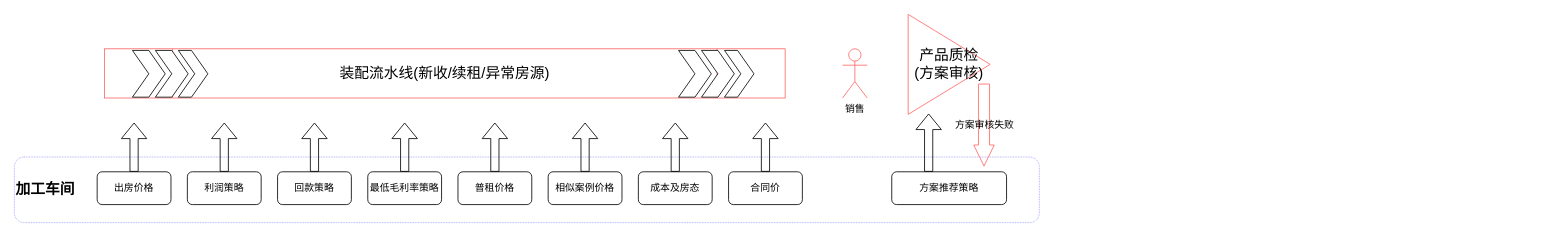
Above: Untitled Diagram.drawio in zhuyeqing/tutorials (draw.io), before the change. Source tidied: cells renumbered, new cells numbered last; positions are measured from the earlier drawing's top-left corner, leaving out a move shared by most shapes. Both pictures are drawn from the tidied source at 82%, with x=0, y=0 at pixel (14, 14).
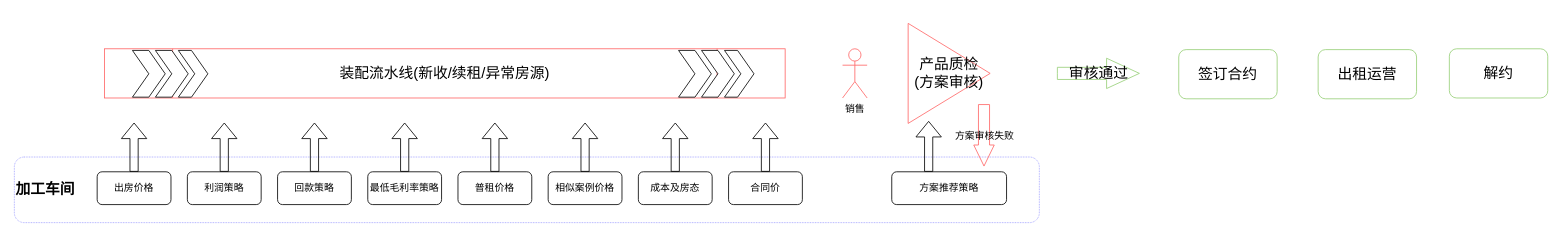
Above is the later version.

Change to the diagram source:
```diff
@@
     <mxCell id="28" value="&lt;font style=&quot;font-size: 18px&quot;&gt;产品质检&lt;br&gt;(方案审核)&lt;/font&gt;" style="triangle;whiteSpace=wrap;html=1;strokeColor=#FF6666;strokeWidth=1;fillColor=none;" parent="1" vertex="1">
-      <mxGeometry x="1090" width="100" height="122" as="geometry" />
+      <mxGeometry x="1090" y="11" width="100" height="122" as="geometry" />
     </mxCell>
@@
     <mxCell id="31" style="shape=flexArrow;endArrow=classic;html=1;" parent="1" edge="1">
       <mxGeometry relative="1" as="geometry">
         <mxPoint x="1115" y="192" as="sourcePoint" />
-        <mxPoint x="1115" y="121" as="targetPoint" />
+        <mxPoint x="1115" y="130" as="targetPoint" />
       </mxGeometry>
     </mxCell>
     <mxCell id="32" value="方案审核失败" style="html=1;shadow=0;dashed=0;align=center;verticalAlign=middle;shape=mxgraph.arrows2.arrow;dy=0.46;dx=25.67;direction=south;notch=0;strokeColor=#FF6666;strokeWidth=1;fillColor=none;" parent="1" vertex="1">
-      <mxGeometry x="1170" y="85" width="25" height="100" as="geometry" />
+      <mxGeometry x="1170" y="110" width="25" height="75" as="geometry" />
     </mxCell>
+    <mxCell id="33" value="&lt;font style=&quot;font-size: 18px&quot;&gt;审核通过&lt;/font&gt;" style="html=1;shadow=0;dashed=0;align=center;verticalAlign=middle;shape=mxgraph.arrows2.arrow;dy=0.6;dx=40;notch=0;strokeColor=#97D077;strokeWidth=1;fillColor=none;" parent="1" vertex="1">
+      <mxGeometry x="1272" y="53.5" width="100" height="37" as="geometry" />
+    </mxCell>
+    <mxCell id="34" value="&lt;font style=&quot;font-size: 18px&quot;&gt;签订合约&lt;/font&gt;" style="rounded=1;whiteSpace=wrap;html=1;strokeColor=#97D077;strokeWidth=1;fillColor=none;" parent="1" vertex="1">
+      <mxGeometry x="1420" y="43" width="120" height="60" as="geometry" />
+    </mxCell>
+    <mxCell id="35" value="&lt;font style=&quot;font-size: 18px&quot;&gt;出租运营&lt;/font&gt;" style="rounded=1;whiteSpace=wrap;html=1;strokeColor=#97D077;strokeWidth=1;fillColor=none;" parent="1" vertex="1">
+      <mxGeometry x="1590" y="43" width="120" height="60" as="geometry" />
+    </mxCell>
+    <mxCell id="36" value="&lt;font style=&quot;font-size: 18px&quot;&gt;解约&lt;/font&gt;" style="rounded=1;whiteSpace=wrap;html=1;strokeColor=#97D077;strokeWidth=1;fillColor=none;" parent="1" vertex="1">
+      <mxGeometry x="1750" y="42" width="120" height="60" as="geometry" />
+    </mxCell>
```
